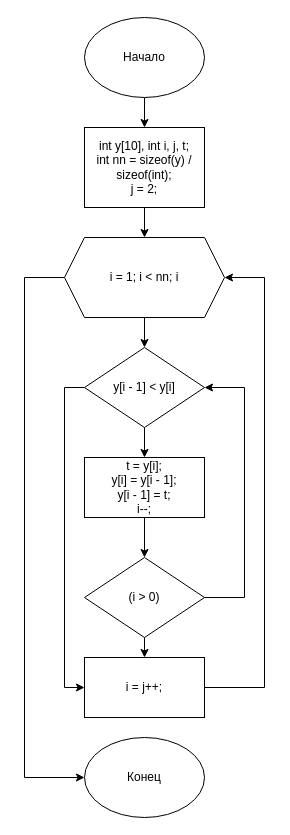
b8enly/Alg keeps this draw.io diagram as 14-15(2).drawio. Above is the earlier version. Source tidied: cells renumbered, new cells numbered last; positions are measured from the earlier drawing's top-left corner, leaving out a move shared by most shapes. Both pictures are drawn from the tidied source at 100%, with x=0, y=0 at pixel (24, 17).
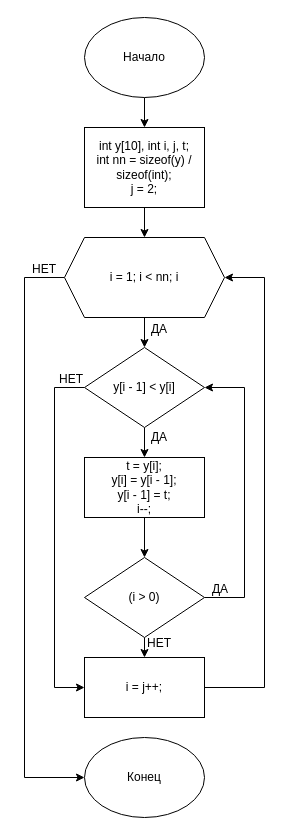
The same diagram, later.

The change refers to these unchanged cells:
```xml
<mxCell id="11" style="rhombus;whiteSpace=wrap;html=1;" parent="1" vertex="1">
  <mxGeometry x="60" y="330" width="120" height="80" as="geometry" />
</mxCell>
<mxCell id="18" style="rounded=0;whiteSpace=wrap;html=1;" parent="1" vertex="1">
  <mxGeometry x="60" y="640" width="120" height="60" as="geometry" />
</mxCell>
```

The edit, as a diff of the source:
```diff
@@
     <mxCell id="10" style="edgeStyle=orthogonalEdgeStyle;rounded=0;jettySize=auto;html=1;exitX=0;exitY=0.5;exitDx=0;exitDy=0;entryX=0;entryY=0.5;entryDx=0;entryDy=0;" parent="1" edge="1" source="11" target="18">
-      <mxGeometry relative="1" as="geometry" />
+      <mxGeometry relative="1" as="geometry">
+        <Array as="points">
+          <mxPoint x="30" y="370" />
+          <mxPoint x="30" y="670" />
+        </Array>
+      </mxGeometry>
     </mxCell>
@@
+    <mxCell id="28" value="НЕТ" style="text;html=1;strokeColor=none;fillColor=none;align=center;verticalAlign=middle;whiteSpace=wrap;rounded=0;" parent="1" vertex="1">
+      <mxGeometry y="242" width="40" height="20" as="geometry" />
+    </mxCell>
+    <mxCell id="29" value="ДА" style="text;html=1;strokeColor=none;fillColor=none;align=center;verticalAlign=middle;whiteSpace=wrap;rounded=0;" parent="1" vertex="1">
+      <mxGeometry x="115" y="302" width="40" height="20" as="geometry" />
+    </mxCell>
+    <mxCell id="30" value="НЕТ" style="text;html=1;strokeColor=none;fillColor=none;align=center;verticalAlign=middle;whiteSpace=wrap;rounded=0;" parent="1" vertex="1">
+      <mxGeometry x="27" y="352" width="40" height="20" as="geometry" />
+    </mxCell>
+    <mxCell id="31" value="ДА" style="text;html=1;strokeColor=none;fillColor=none;align=center;verticalAlign=middle;whiteSpace=wrap;rounded=0;" parent="1" vertex="1">
+      <mxGeometry x="115" y="410" width="40" height="20" as="geometry" />
+    </mxCell>
+    <mxCell id="32" value="НЕТ" style="text;html=1;strokeColor=none;fillColor=none;align=center;verticalAlign=middle;whiteSpace=wrap;rounded=0;" parent="1" vertex="1">
+      <mxGeometry x="115" y="616" width="40" height="20" as="geometry" />
+    </mxCell>
+    <mxCell id="33" value="ДА" style="text;html=1;strokeColor=none;fillColor=none;align=center;verticalAlign=middle;whiteSpace=wrap;rounded=0;" parent="1" vertex="1">
+      <mxGeometry x="176" y="562" width="40" height="20" as="geometry" />
+    </mxCell>
```
